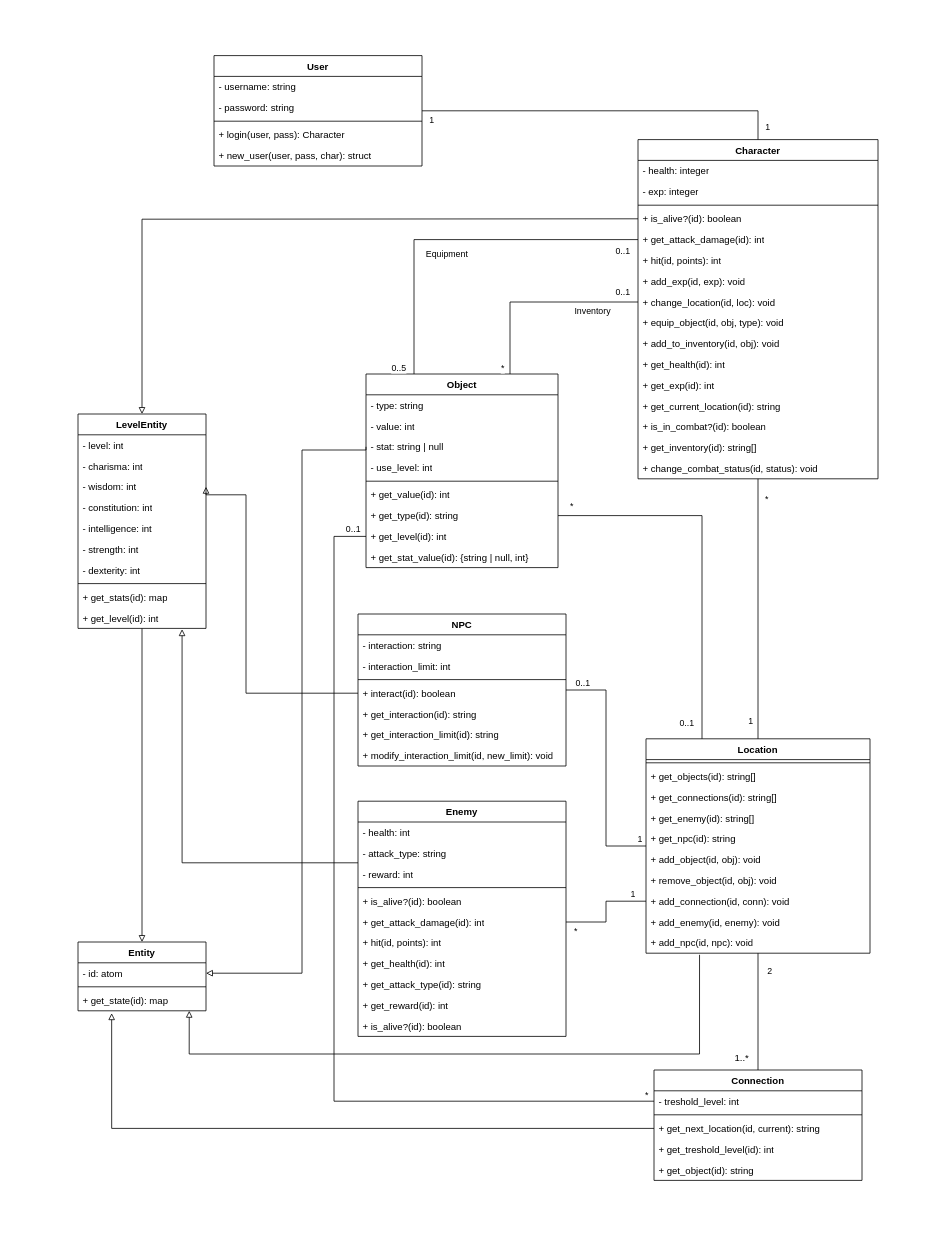
This is document/tex_files/mainmatter/chapter_4/images/diagrama_analisis_motor/analisis_motor.drawio from ThAlsay/Hephaestus, a draw.io file, before an edit. Source tidied: cells renumbered, new cells numbered last; positions are measured from the earlier drawing's top-left corner, leaving out a move shared by most shapes. Both pictures are drawn from the tidied source at 80%, with x=0, y=0 at pixel (78, 55).
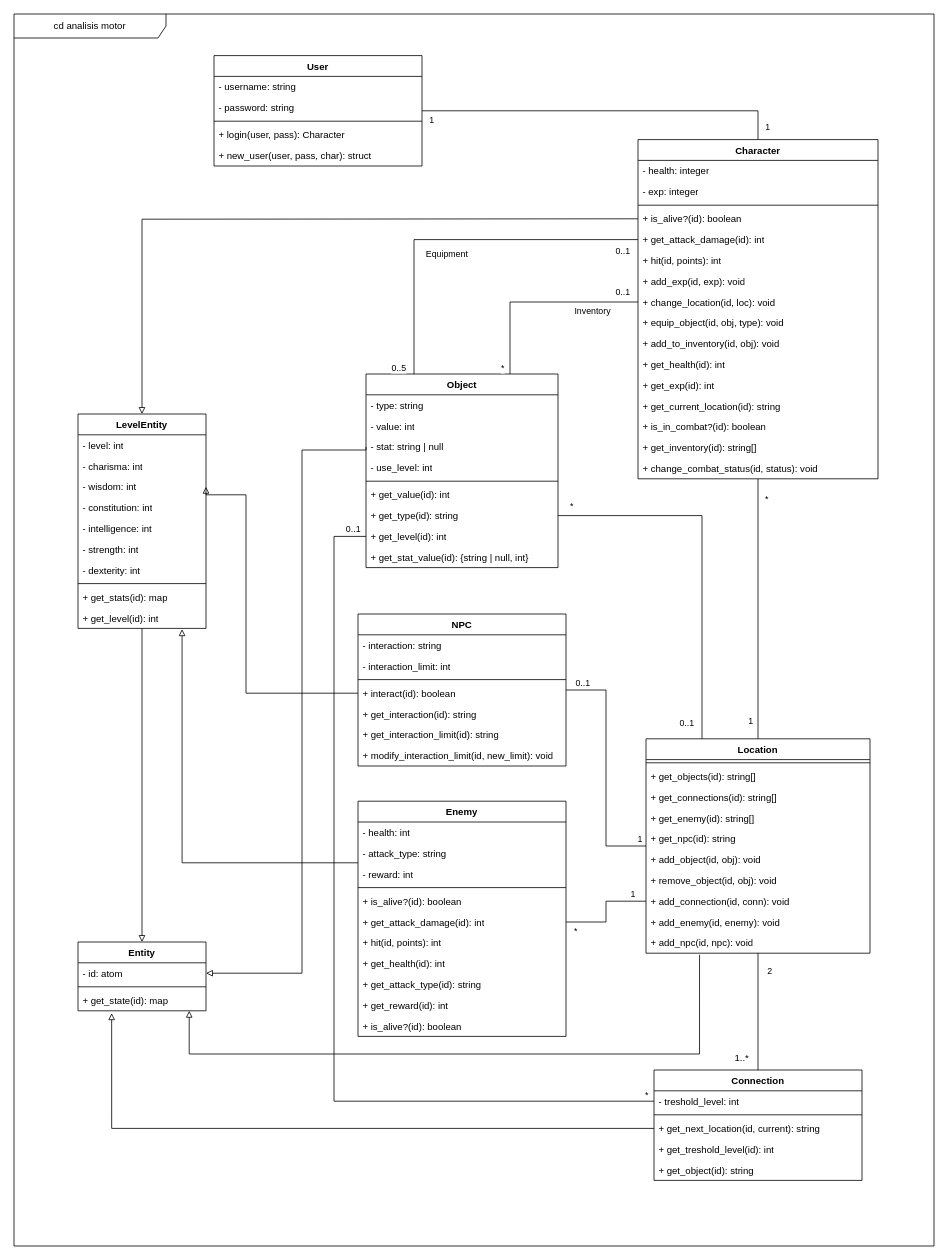
The same diagram, later.

The edit, as a diff of the source:
```diff
@@
+    <mxCell id="119" value="cd analisis motor" style="shape=umlFrame;whiteSpace=wrap;html=1;width=190;height=30;" parent="1" vertex="1">
+      <mxGeometry x="-80" y="-52" width="1150" height="1540" as="geometry" />
+    </mxCell>
```
